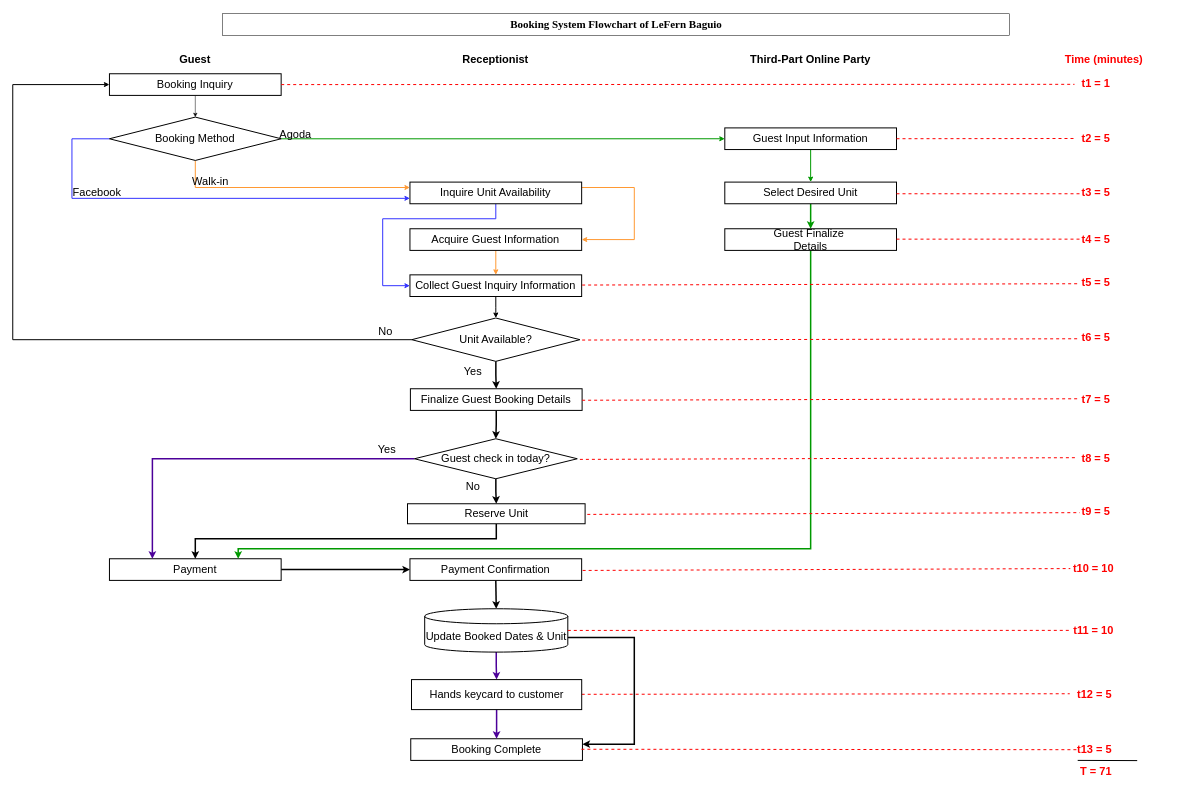
doyaoencab/draw.io keeps this draw.io diagram as CC13/LeFernSystemFlowchartUpdated.drawio. Above is the earlier version. Source tidied: cells renumbered, new cells numbered last; positions are measured from the earlier drawing's top-left corner, leaving out a move shared by most shapes. Both pictures are drawn from the tidied source at 50%, with x=0, y=0 at pixel (12, 8).
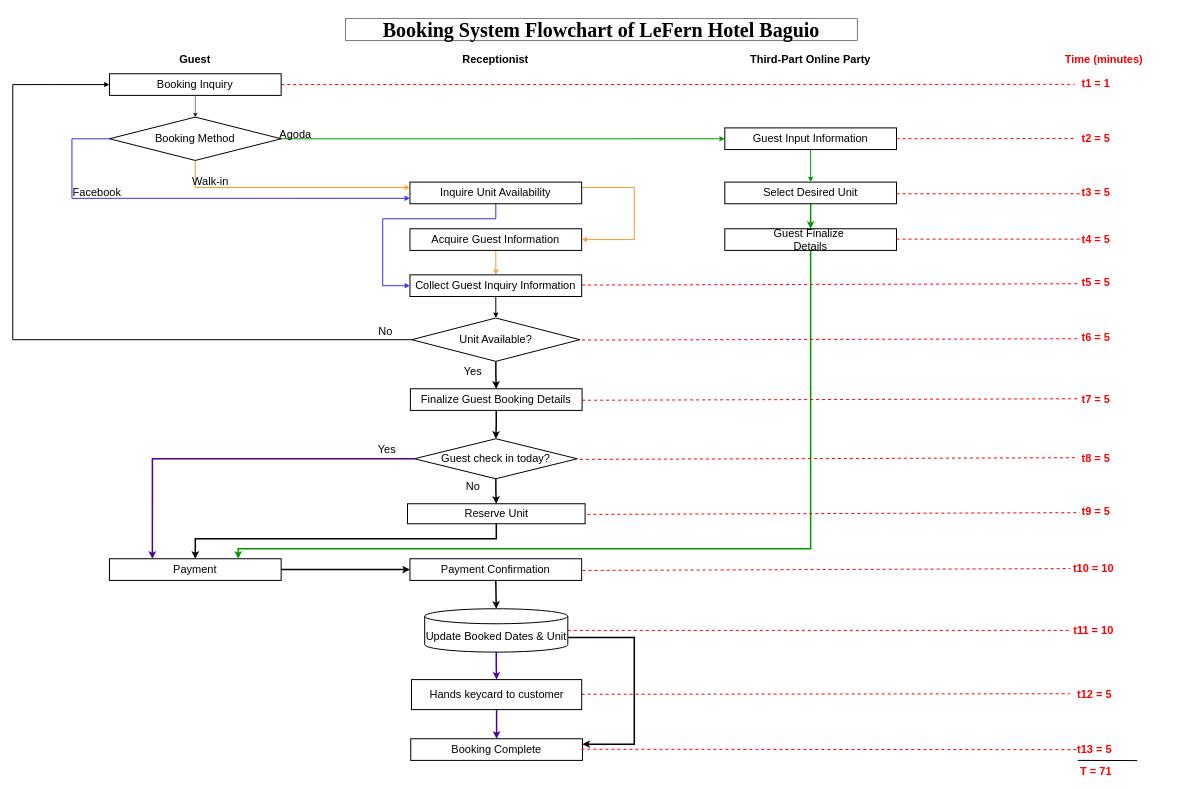
Above is the later version.

Unchanged cells that the change refers to:
```xml
<mxCell id="2" style="group;fontSize=22;" parent="1" vertex="1">
  <mxGeometry width="2354" height="1545" as="geometry" />
</mxCell>
```

Change to the diagram source:
```diff
@@
-    <mxCell id="11" value="&lt;b style=&quot;font-family: &amp;quot;Times New Roman&amp;quot;; text-wrap-mode: nowrap;&quot;&gt;&lt;font&gt;Booking System Flowchart of LeFern Baguio&lt;/font&gt;&lt;/b&gt;" style="whiteSpace=wrap;html=1;fontSize=22;" parent="2" vertex="1">
-      <mxGeometry x="419.5" y="10" width="1574.1" height="43.3" as="geometry" />
+    <mxCell id="11" value="&lt;b style=&quot;font-family: &amp;quot;Times New Roman&amp;quot;; text-wrap-mode: nowrap;&quot;&gt;&lt;font&gt;Booking System Flowchart of LeFern Hotel Baguio&lt;/font&gt;&lt;/b&gt;" style="whiteSpace=wrap;html=1;fontSize=40;" parent="2" vertex="1">
+      <mxGeometry x="665.1" y="20" width="1023.8" height="43.3" as="geometry" />
     </mxCell>
```
